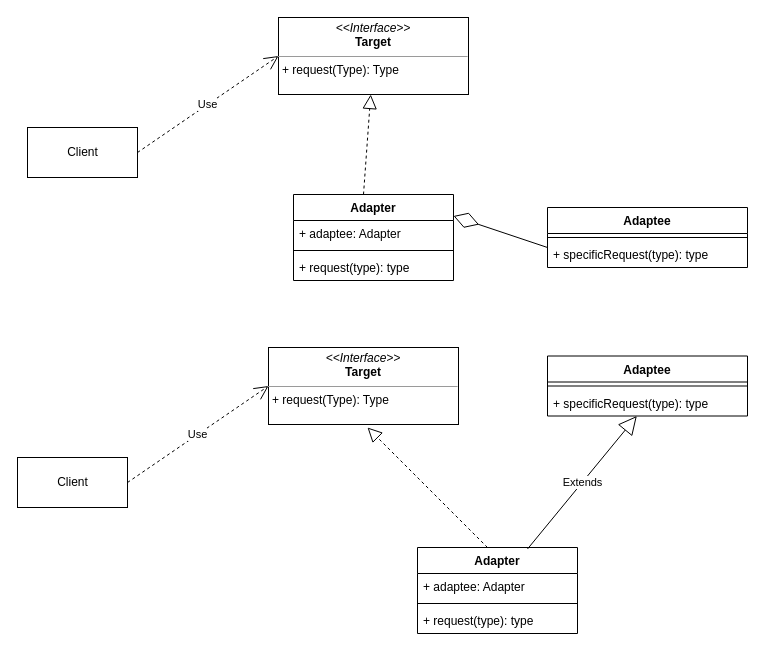
Earlier version of the draw.io diagram src/design/patterns/structure/adapter/适配器模式.drawio (lcc677/desigin-patterns-java). Source tidied: cells renumbered, new cells numbered last; positions are measured from the earlier drawing's top-left corner, leaving out a move shared by most shapes. Both pictures are drawn from the tidied source at 100%, with x=0, y=0 at pixel (17, 17).
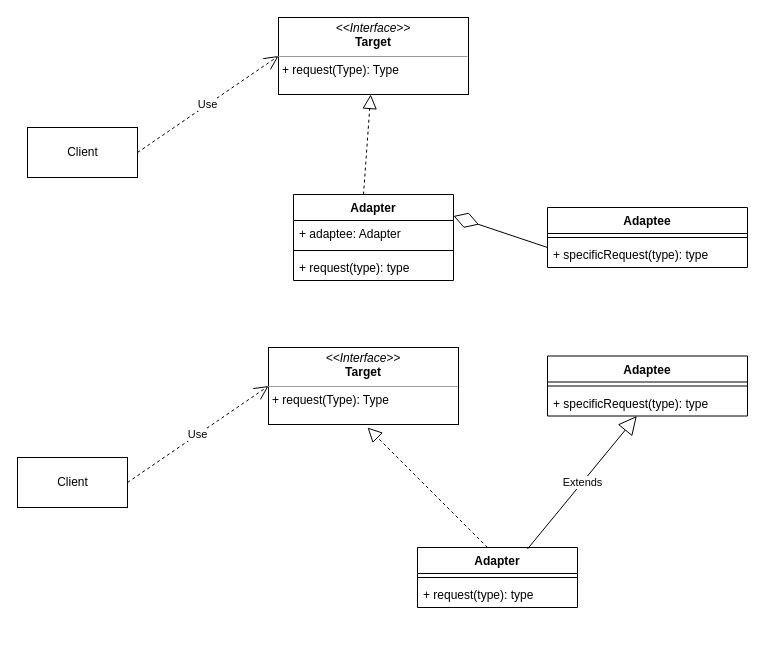
The same diagram, later.

Diff of the diagram source:
```diff
@@
     <mxCell id="18" value="Adapter" style="swimlane;fontStyle=1;align=center;verticalAlign=top;horizontal=1;startSize=26;" parent="1" vertex="1">
-      <mxGeometry x="400" y="530" width="160" height="86" as="geometry" />
+      <mxGeometry x="400" y="530" width="160" height="60" as="geometry" />
     </mxCell>
@@
-    <mxCell id="21" value="+ adaptee: Adapter" style="text;strokeColor=none;fillColor=none;align=left;verticalAlign=top;spacingLeft=4;spacingRight=4;overflow=hidden;" parent="18" vertex="1">
-      <mxGeometry y="26" width="160" height="26" as="geometry" />
-    </mxCell>
     <mxCell id="22" style="line;strokeWidth=1;fillColor=none;align=left;verticalAlign=middle;spacingTop=-1;spacingLeft=3;spacingRight=3;labelPosition=right;" parent="18" vertex="1">
-      <mxGeometry y="52" width="160" height="8" as="geometry" />
+      <mxGeometry y="26" width="160" height="8" as="geometry" />
     </mxCell>
     <mxCell id="23" value="+ request(type): type" style="text;strokeColor=none;fillColor=none;align=left;verticalAlign=top;spacingLeft=4;spacingRight=4;overflow=hidden;" parent="18" vertex="1">
-      <mxGeometry y="60" width="160" height="26" as="geometry" />
+      <mxGeometry y="34" width="160" height="26" as="geometry" />
     </mxCell>
```
